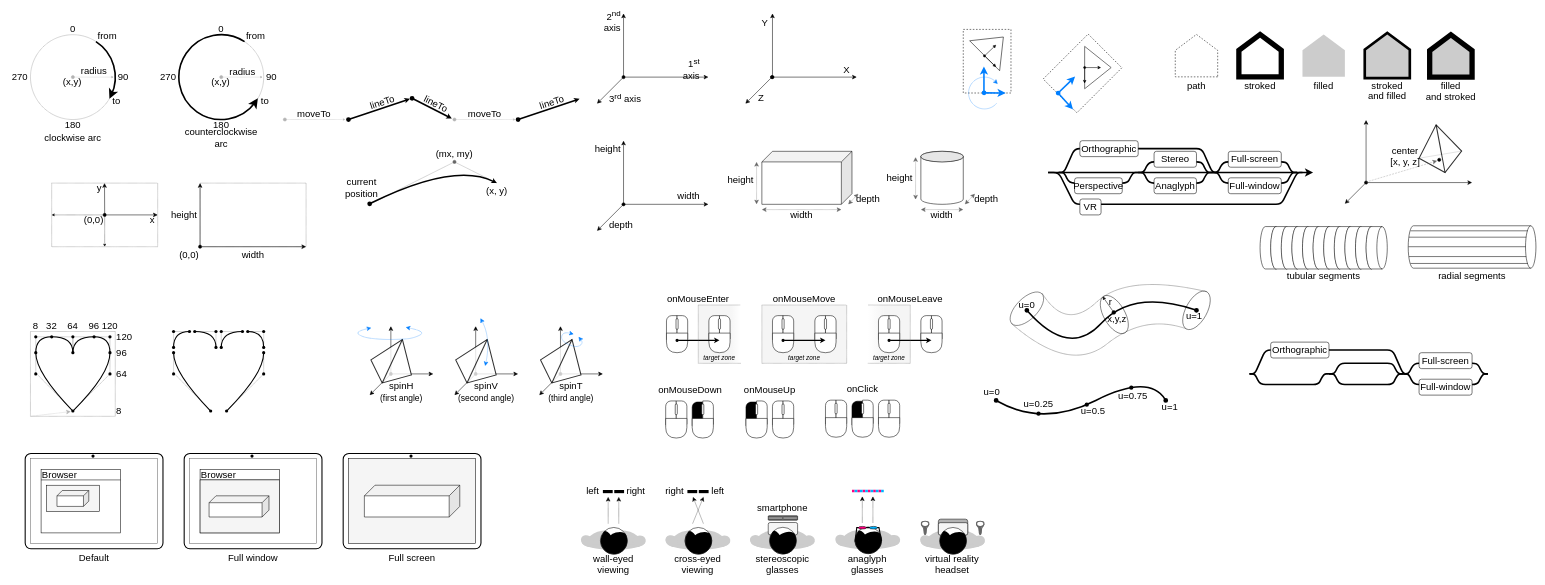
Earlier version of the draw.io diagram docs/images/images.drawio (boytchev/suica). Source tidied: cells renumbered, new cells numbered last; positions are measured from the earlier drawing's top-left corner, leaving out a move shared by most shapes. Both pictures are drawn from the tidied source at 53%, with x=0, y=0 at pixel (9, 13).
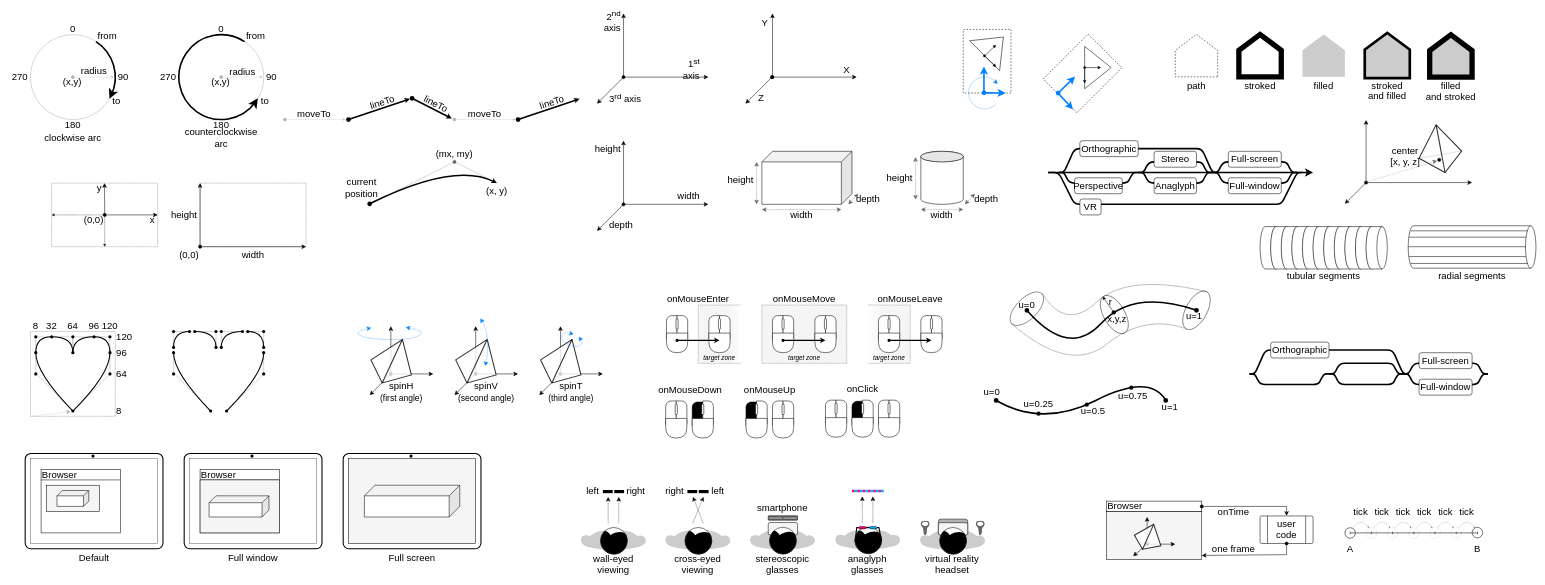
After the change.

What changed in the source:
```diff
@@
+    <mxCell id="466" style="rounded=0;whiteSpace=wrap;html=1;fillColor=none;" parent="1" vertex="1">
+      <mxGeometry x="2070" y="920" width="180" height="20" as="geometry" />
+    </mxCell>
+    <mxCell id="467" value="Browser" style="text;html=1;strokeColor=none;fillColor=none;align=center;verticalAlign=middle;whiteSpace=wrap;rounded=0;fontFamily=Calibri;fontSize=18;" parent="1" vertex="1">
+      <mxGeometry x="2070" y="920" width="70" height="20" as="geometry" />
+    </mxCell>
+    <mxCell id="468" style="rounded=0;whiteSpace=wrap;html=1;fontFamily=Calibri;fontSize=18;strokeColor=#000000;strokeWidth=1;fillColor=#f5f5f5;fontColor=#333333;" parent="1" vertex="1">
+      <mxGeometry x="2070" y="940" width="180" height="90" as="geometry" />
+    </mxCell>
+    <mxCell id="469" style="group;" parent="1" vertex="1">
+      <mxGeometry x="2113" y="950" width="87" height="74" as="geometry" />
+    </mxCell>
+    <mxCell id="470" style="endArrow=classic;html=1;rounded=0;" parent="469" edge="1">
+      <mxGeometry relative="1" as="geometry">
+        <mxPoint x="33.9" y="51.2" as="sourcePoint" />
+        <mxPoint x="33.9" as="targetPoint" />
+      </mxGeometry>
+    </mxCell>
+    <mxCell id="471" style="endArrow=classic;html=1;rounded=0;startArrow=oval;startFill=1;" parent="469" edge="1">
+      <mxGeometry relative="1" as="geometry">
+        <mxPoint x="33.9" y="51.2" as="sourcePoint" />
+        <mxPoint x="87" y="51.2" as="targetPoint" />
+      </mxGeometry>
+    </mxCell>
+    <mxCell id="472" style="endArrow=classic;html=1;rounded=0;" parent="469" edge="1">
+      <mxGeometry relative="1" as="geometry">
+        <mxPoint x="33.9" y="51.2" as="sourcePoint" />
+        <mxPoint x="7.4" y="74" as="targetPoint" />
+      </mxGeometry>
+    </mxCell>
+    <mxCell id="473" style="verticalLabelPosition=bottom;verticalAlign=top;html=1;shape=mxgraph.basic.pyramid;dx1=0.4;dx2=0.5;dy1=0.7;dy2=0.55;strokeWidth=2;opacity=80;rotation=30;" parent="469" vertex="1">
+      <mxGeometry x="11.4" y="13.1" width="53.3" height="51.2" as="geometry" />
+    </mxCell>
+    <mxCell id="474" style="verticalLabelPosition=bottom;verticalAlign=top;html=1;shape=process;whiteSpace=wrap;rounded=1;size=0.14;arcSize=6;" parent="1" vertex="1">
+      <mxGeometry x="2360" y="948" width="100" height="52" as="geometry" />
+    </mxCell>
+    <mxCell id="475" value="user code" style="text;html=1;strokeColor=none;fillColor=none;align=center;verticalAlign=middle;whiteSpace=wrap;rounded=0;fontFamily=Calibri;fontSize=18;" parent="1" vertex="1">
+      <mxGeometry x="2375" y="947.7" width="70" height="52.3" as="geometry" />
+    </mxCell>
+    <mxCell id="476" style="endArrow=classic;html=1;rounded=0;startArrow=oval;startFill=1;entryX=0.5;entryY=0;entryDx=0;entryDy=0;" parent="1" edge="1" target="475">
+      <mxGeometry relative="1" as="geometry">
+        <mxPoint x="2250" y="930" as="sourcePoint" />
+        <Array as="points">
+          <mxPoint x="2410" y="930" />
+        </Array>
+      </mxGeometry>
+    </mxCell>
+    <mxCell id="477" value="onTime" style="text;html=1;strokeColor=none;fillColor=none;align=center;verticalAlign=middle;whiteSpace=wrap;rounded=0;fontFamily=Calibri;fontSize=18;" parent="1" vertex="1">
+      <mxGeometry x="2260" y="930.4" width="100" height="19.5" as="geometry" />
+    </mxCell>
+    <mxCell id="478" style="endArrow=classic;html=1;rounded=0;startArrow=oval;startFill=1;entryX=1;entryY=0.917;entryDx=0;entryDy=0;entryPerimeter=0;" parent="1" edge="1" source="475" target="468">
+      <mxGeometry relative="1" as="geometry">
+        <Array as="points">
+          <mxPoint x="2410" y="1021" />
+        </Array>
+      </mxGeometry>
+    </mxCell>
+    <mxCell id="479" value="one frame" style="text;html=1;strokeColor=none;fillColor=none;align=center;verticalAlign=middle;whiteSpace=wrap;rounded=0;fontFamily=Calibri;fontSize=18;" parent="1" vertex="1">
+      <mxGeometry x="2260" y="999.8" width="100" height="19.5" as="geometry" />
+    </mxCell>
+    <mxCell id="480" style="endArrow=none;html=1;rounded=0;startSize=3;endSize=3;startArrow=baseDash;startFill=0;endFill=0;" parent="1" edge="1">
+      <mxGeometry relative="1" as="geometry">
+        <mxPoint x="2530" y="980" as="sourcePoint" />
+        <mxPoint x="2570" y="980" as="targetPoint" />
+      </mxGeometry>
+    </mxCell>
+    <mxCell id="481" style="endArrow=none;html=1;rounded=0;startSize=3;endSize=3;startArrow=baseDash;startFill=0;endFill=0;" parent="1" edge="1">
+      <mxGeometry relative="1" as="geometry">
+        <mxPoint x="2570" y="980" as="sourcePoint" />
+        <mxPoint x="2610" y="980" as="targetPoint" />
+      </mxGeometry>
+    </mxCell>
+    <mxCell id="482" style="endArrow=none;html=1;rounded=0;startSize=3;endSize=3;startArrow=baseDash;startFill=0;endFill=0;" parent="1" edge="1">
+      <mxGeometry relative="1" as="geometry">
+        <mxPoint x="2610" y="980" as="sourcePoint" />
+        <mxPoint x="2650" y="980" as="targetPoint" />
+      </mxGeometry>
+    </mxCell>
+    <mxCell id="483" style="endArrow=none;html=1;rounded=0;startSize=3;endSize=3;startArrow=baseDash;startFill=0;endFill=0;" parent="1" edge="1">
+      <mxGeometry relative="1" as="geometry">
+        <mxPoint x="2650.2" y="980" as="sourcePoint" />
+        <mxPoint x="2690.1" y="980" as="targetPoint" />
+      </mxGeometry>
+    </mxCell>
+    <mxCell id="484" style="endArrow=none;html=1;rounded=0;startSize=3;endSize=3;startArrow=baseDash;startFill=0;endFill=0;" parent="1" edge="1">
+      <mxGeometry relative="1" as="geometry">
+        <mxPoint x="2690.1" y="980" as="sourcePoint" />
+        <mxPoint x="2730.1" y="980" as="targetPoint" />
+      </mxGeometry>
+    </mxCell>
+    <mxCell id="485" style="endArrow=baseDash;html=1;rounded=0;startSize=3;endSize=3;startArrow=baseDash;startFill=0;endFill=0;" parent="1" edge="1">
+      <mxGeometry relative="1" as="geometry">
+        <mxPoint x="2730.1" y="980" as="sourcePoint" />
+        <mxPoint x="2770.1" y="980" as="targetPoint" />
+      </mxGeometry>
+    </mxCell>
+    <mxCell id="486" style="ellipse;whiteSpace=wrap;html=1;fillColor=none;" parent="1" vertex="1">
+      <mxGeometry x="2520" y="970.2" width="19.8" height="19.8" as="geometry" />
+    </mxCell>
+    <mxCell id="487" style="ellipse;whiteSpace=wrap;html=1;fillColor=none;opacity=60;dashed=1;dashPattern=1 1;strokeWidth=0.5;" parent="1" vertex="1">
+      <mxGeometry x="2560.1" y="970.2" width="19.8" height="19.8" as="geometry" />
+    </mxCell>
+    <mxCell id="488" style="ellipse;whiteSpace=wrap;html=1;fillColor=none;opacity=60;dashed=1;dashPattern=1 1;strokeWidth=0.5;" parent="1" vertex="1">
+      <mxGeometry x="2600.1" y="970.2" width="19.8" height="19.8" as="geometry" />
+    </mxCell>
+    <mxCell id="489" style="ellipse;whiteSpace=wrap;html=1;fillColor=none;opacity=60;dashed=1;dashPattern=1 1;strokeWidth=0.5;" parent="1" vertex="1">
+      <mxGeometry x="2640" y="970.2" width="19.8" height="19.8" as="geometry" />
+    </mxCell>
+    <mxCell id="490" style="ellipse;whiteSpace=wrap;html=1;fillColor=none;opacity=60;dashed=1;dashPattern=1 1;strokeWidth=0.5;" parent="1" vertex="1">
+      <mxGeometry x="2720.2" y="970.2" width="19.8" height="19.8" as="geometry" />
+    </mxCell>
+    <mxCell id="491" style="ellipse;whiteSpace=wrap;html=1;fillColor=none;opacity=60;dashed=1;dashPattern=1 1;strokeWidth=0.5;" parent="1" vertex="1">
+      <mxGeometry x="2680.3" y="970.2" width="19.8" height="19.8" as="geometry" />
+    </mxCell>
+    <mxCell id="492" style="ellipse;whiteSpace=wrap;html=1;fillColor=none;" parent="1" vertex="1">
+      <mxGeometry x="2760.1" y="969.6" width="19.8" height="19.8" as="geometry" />
+    </mxCell>
+    <mxCell id="493" value="A" style="text;html=1;strokeColor=none;fillColor=none;align=center;verticalAlign=middle;whiteSpace=wrap;rounded=0;fontFamily=Calibri;fontSize=18;" parent="1" vertex="1">
+      <mxGeometry x="2520" y="999.8" width="20" height="19.5" as="geometry" />
+    </mxCell>
+    <mxCell id="494" value="B" style="text;html=1;strokeColor=none;fillColor=none;align=center;verticalAlign=middle;whiteSpace=wrap;rounded=0;fontFamily=Calibri;fontSize=18;" parent="1" vertex="1">
+      <mxGeometry x="2760" y="1000.5" width="20" height="19.5" as="geometry" />
+    </mxCell>
+    <mxCell id="495" style="group;" parent="1" vertex="1">
+      <mxGeometry x="2530" y="930" width="80" height="20.3" as="geometry" />
+    </mxCell>
+    <mxCell id="496" style="endArrow=classic;html=1;startSize=0;endSize=1;strokeWidth=0.5;curved=1;dashed=1;dashPattern=1 1;" parent="495" edge="1">
+      <mxGeometry relative="1" as="geometry">
+        <mxPoint x="5" y="40.3" as="sourcePoint" />
+        <mxPoint x="35" y="40.3" as="targetPoint" />
+        <Array as="points">
+          <mxPoint x="20" y="20.3" />
+        </Array>
+      </mxGeometry>
+    </mxCell>
+    <mxCell id="497" style="endArrow=classic;html=1;startSize=0;endSize=1;strokeWidth=0.5;curved=1;dashed=1;dashPattern=1 1;" parent="495" edge="1">
+      <mxGeometry relative="1" as="geometry">
+        <mxPoint x="45" y="40.3" as="sourcePoint" />
+        <mxPoint x="75" y="40.3" as="targetPoint" />
+        <Array as="points">
+          <mxPoint x="60" y="20.3" />
+        </Array>
+      </mxGeometry>
+    </mxCell>
+    <mxCell id="498" value="tick" style="text;html=1;strokeColor=none;fillColor=none;align=center;verticalAlign=middle;whiteSpace=wrap;rounded=0;fontFamily=Calibri;fontSize=18;" parent="495" vertex="1">
+      <mxGeometry width="40" height="20" as="geometry" />
+    </mxCell>
+    <mxCell id="499" value="tick" style="text;html=1;strokeColor=none;fillColor=none;align=center;verticalAlign=middle;whiteSpace=wrap;rounded=0;fontFamily=Calibri;fontSize=18;" parent="495" vertex="1">
+      <mxGeometry x="40" width="40" height="20" as="geometry" />
+    </mxCell>
+    <mxCell id="500" style="group;" parent="1" vertex="1">
+      <mxGeometry x="2610" y="930" width="80" height="20.3" as="geometry" />
+    </mxCell>
+    <mxCell id="501" style="endArrow=classic;html=1;startSize=0;endSize=1;strokeWidth=0.5;curved=1;dashed=1;dashPattern=1 1;" parent="500" edge="1">
+      <mxGeometry relative="1" as="geometry">
+        <mxPoint x="5" y="40.3" as="sourcePoint" />
+        <mxPoint x="35" y="40.3" as="targetPoint" />
+        <Array as="points">
+          <mxPoint x="20" y="20.3" />
+        </Array>
+      </mxGeometry>
+    </mxCell>
+    <mxCell id="502" style="endArrow=classic;html=1;startSize=0;endSize=1;strokeWidth=0.5;curved=1;dashed=1;dashPattern=1 1;" parent="500" edge="1">
+      <mxGeometry relative="1" as="geometry">
+        <mxPoint x="45" y="40.3" as="sourcePoint" />
+        <mxPoint x="75" y="40.3" as="targetPoint" />
+        <Array as="points">
+          <mxPoint x="60" y="20.3" />
+        </Array>
+      </mxGeometry>
+    </mxCell>
+    <mxCell id="503" value="tick" style="text;html=1;strokeColor=none;fillColor=none;align=center;verticalAlign=middle;whiteSpace=wrap;rounded=0;fontFamily=Calibri;fontSize=18;" parent="500" vertex="1">
+      <mxGeometry width="40" height="20" as="geometry" />
+    </mxCell>
+    <mxCell id="504" value="tick" style="text;html=1;strokeColor=none;fillColor=none;align=center;verticalAlign=middle;whiteSpace=wrap;rounded=0;fontFamily=Calibri;fontSize=18;" parent="500" vertex="1">
+      <mxGeometry x="40" width="40" height="20" as="geometry" />
+    </mxCell>
+    <mxCell id="505" style="group;" parent="1" vertex="1">
+      <mxGeometry x="2690" y="930" width="80" height="20.3" as="geometry" />
+    </mxCell>
+    <mxCell id="506" style="endArrow=classic;html=1;startSize=0;endSize=1;strokeWidth=0.5;curved=1;dashed=1;dashPattern=1 1;" parent="505" edge="1">
+      <mxGeometry relative="1" as="geometry">
+        <mxPoint x="5" y="40.3" as="sourcePoint" />
+        <mxPoint x="35" y="40.3" as="targetPoint" />
+        <Array as="points">
+          <mxPoint x="20" y="20.3" />
+        </Array>
+      </mxGeometry>
+    </mxCell>
+    <mxCell id="507" style="endArrow=classic;html=1;startSize=0;endSize=1;strokeWidth=0.5;curved=1;dashed=1;dashPattern=1 1;" parent="505" edge="1">
+      <mxGeometry relative="1" as="geometry">
+        <mxPoint x="45" y="40.3" as="sourcePoint" />
+        <mxPoint x="75" y="40.3" as="targetPoint" />
+        <Array as="points">
+          <mxPoint x="60" y="20.3" />
+        </Array>
+      </mxGeometry>
+    </mxCell>
+    <mxCell id="508" value="tick" style="text;html=1;strokeColor=none;fillColor=none;align=center;verticalAlign=middle;whiteSpace=wrap;rounded=0;fontFamily=Calibri;fontSize=18;" parent="505" vertex="1">
+      <mxGeometry width="40" height="20" as="geometry" />
+    </mxCell>
+    <mxCell id="509" value="tick" style="text;html=1;strokeColor=none;fillColor=none;align=center;verticalAlign=middle;whiteSpace=wrap;rounded=0;fontFamily=Calibri;fontSize=18;" parent="505" vertex="1">
+      <mxGeometry x="40" width="40" height="20" as="geometry" />
+    </mxCell>
```
